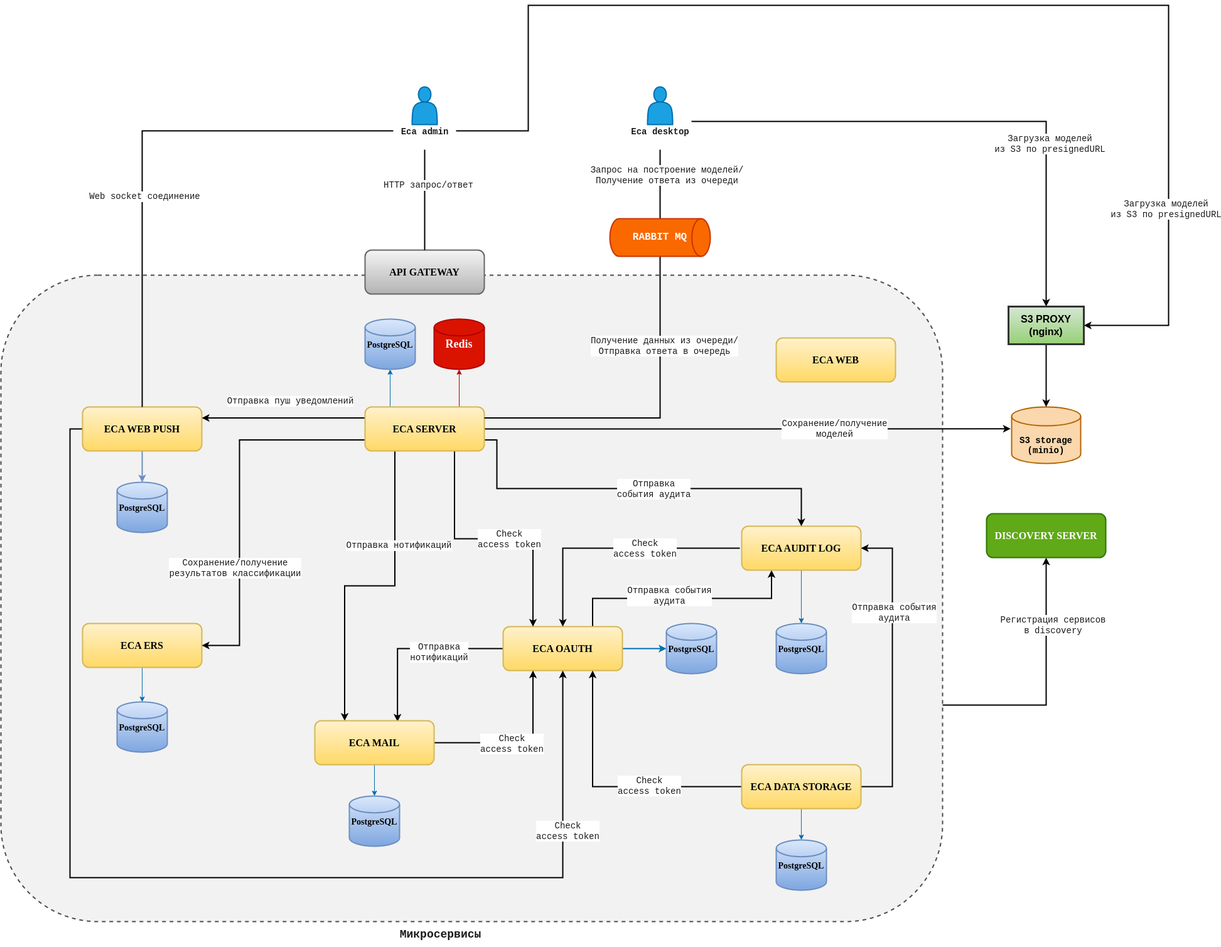
This is doc/images/es-architecture.png from Stonnos/eca-service, a draw.io export, as it was before one commit. Source tidied: cells renumbered, new cells last; positions are measured from the earlier drawing's top-left corner, leaving out a move shared by most shapes.
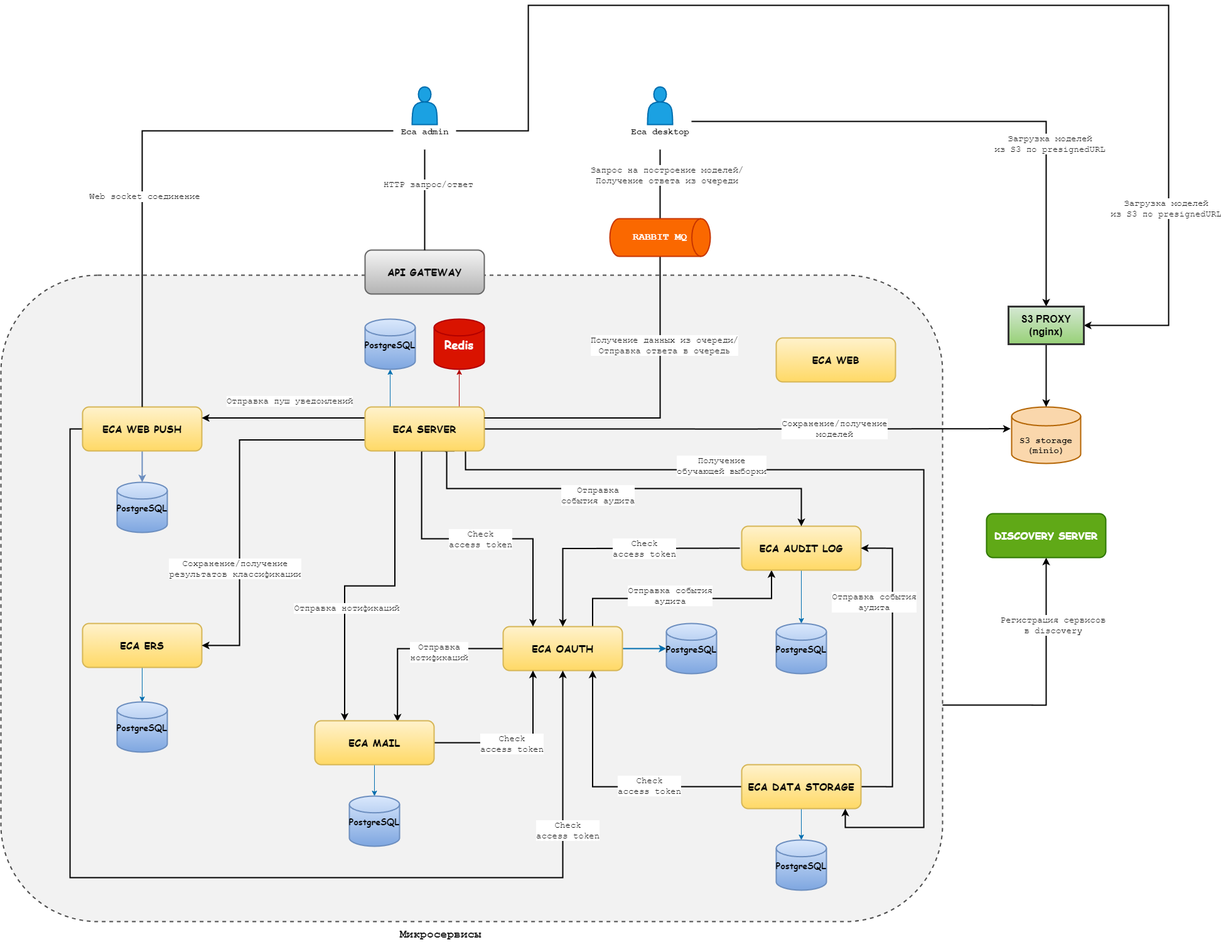
After the change.

Diff of the diagram source:
```diff
@@ -69,7 +69,9 @@
       </mxGeometry>
     </mxCell>
     <mxCell id="21" value="Отправка события&lt;br&gt;аудита" style="edgeLabel;html=1;align=center;verticalAlign=middle;fontSize=14;fontFamily=Courier New;fontColor=#1A1A1A;" parent="20" vertex="1">
-      <mxGeometry x="0.37" y="-2" relative="1" as="geometry" />
+      <mxGeometry x="0.37" y="-2" relative="1" as="geometry">
+        <mxPoint x="-32" y="-17" as="offset" />
+      </mxGeometry>
     </mxCell>
     <mxCell id="22" value="&lt;font face=&quot;Comic Sans MS&quot;&gt;&lt;span style=&quot;font-size: 16px;&quot;&gt;&lt;b&gt;ECA DATA STORAGE&lt;/b&gt;&lt;/span&gt;&lt;/font&gt;" style="rounded=1;whiteSpace=wrap;html=1;strokeColor=#d6b656;strokeWidth=2;fillColor=#fff2cc;gradientColor=#ffd966;" parent="1" vertex="1">
       <mxGeometry x="1180" y="1210" width="190" height="70" as="geometry" />
@@ -137,13 +139,16 @@
       <mxGeometry relative="1" as="geometry" />
     </mxCell>
     <mxCell id="36" value="Отправка нотификаций" style="edgeLabel;html=1;align=center;verticalAlign=middle;fontSize=14;fontFamily=Courier New;fontColor=#1A1A1A;" parent="35" vertex="1">
-      <mxGeometry x="-0.41" y="6" relative="1" as="geometry" />
+      <mxGeometry x="-0.41" y="6" relative="1" as="geometry">
+        <mxPoint x="-83" y="101" as="offset" />
+      </mxGeometry>
     </mxCell>
     <mxCell id="37" style="edgeStyle=orthogonalEdgeStyle;rounded=0;jettySize=auto;html=1;exitX=0.75;exitY=1;exitDx=0;exitDy=0;entryX=0.25;entryY=0;entryDx=0;entryDy=0;fontFamily=Courier New;fontSize=14;fontColor=#1A1A1A;endArrow=classic;endFill=1;strokeWidth=2;" parent="1" edge="1" source="43" target="11">
       <mxGeometry relative="1" as="geometry">
         <Array as="points">
-          <mxPoint x="723" y="850" />
-          <mxPoint x="848" y="850" />
+          <mxPoint x="670" y="710" />
+          <mxPoint x="670" y="850" />
+          <mxPoint x="847" y="850" />
         </Array>
       </mxGeometry>
     </mxCell>
@@ -152,18 +157,19 @@
         <mxPoint x="-1" as="offset" />
       </mxGeometry>
     </mxCell>
-    <mxCell id="39" style="edgeStyle=orthogonalEdgeStyle;rounded=0;jettySize=auto;html=1;exitX=1;exitY=0.75;exitDx=0;exitDy=0;fontFamily=Courier New;fontSize=14;fontColor=#1A1A1A;endArrow=classic;endFill=1;strokeWidth=2;" parent="1" edge="1" source="43" target="16">
+    <mxCell id="39" style="edgeStyle=orthogonalEdgeStyle;rounded=0;jettySize=auto;html=1;exitX=0.675;exitY=1.025;exitDx=0;exitDy=0;fontFamily=Courier New;fontSize=14;fontColor=#1A1A1A;endArrow=classic;endFill=1;strokeWidth=2;exitPerimeter=0;" parent="1" edge="1" source="43" target="16">
       <mxGeometry relative="1" as="geometry">
         <Array as="points">
-          <mxPoint x="790" y="693" />
-          <mxPoint x="790" y="770" />
+          <mxPoint x="708" y="709" />
+          <mxPoint x="710" y="709" />
+          <mxPoint x="710" y="770" />
           <mxPoint x="1275" y="770" />
         </Array>
       </mxGeometry>
     </mxCell>
     <mxCell id="40" value="Отправка&lt;br&gt;события аудита" style="edgeLabel;html=1;align=center;verticalAlign=middle;fontSize=14;fontFamily=Courier New;fontColor=#1A1A1A;" parent="39" vertex="1">
       <mxGeometry x="0.08" relative="1" as="geometry">
-        <mxPoint x="1" as="offset" />
+        <mxPoint x="-67" y="10" as="offset" />
       </mxGeometry>
     </mxCell>
     <mxCell id="41" style="edgeStyle=orthogonalEdgeStyle;rounded=0;jettySize=auto;html=1;exitX=1;exitY=0.5;exitDx=0;exitDy=0;entryX=-0.015;entryY=0.385;entryDx=0;entryDy=0;entryPerimeter=0;fontFamily=Courier New;fontSize=14;fontColor=#1A1A1A;endArrow=classic;endFill=1;strokeWidth=2;" parent="1" edge="1" source="43" target="68">
@@ -174,6 +180,19 @@
         <mxPoint x="-1" as="offset" />
       </mxGeometry>
     </mxCell>
+    <mxCell id="80" style="edgeStyle=orthogonalEdgeStyle;rounded=0;orthogonalLoop=1;jettySize=auto;html=1;targetPerimeterSpacing=1;strokeWidth=2;" parent="1" edge="1">
+      <mxGeometry relative="1" as="geometry">
+        <mxPoint x="740" y="710" as="sourcePoint" />
+        <mxPoint x="1345" y="1280" as="targetPoint" />
+        <Array as="points">
+          <mxPoint x="740" y="710" />
+          <mxPoint x="740" y="740" />
+          <mxPoint x="1470" y="740" />
+          <mxPoint x="1470" y="1310" />
+          <mxPoint x="1345" y="1310" />
+        </Array>
+      </mxGeometry>
+    </mxCell>
     <mxCell id="43" value="&lt;font face=&quot;Comic Sans MS&quot;&gt;&lt;span style=&quot;font-size: 16px;&quot;&gt;&lt;b&gt;ECA SERVER&lt;/b&gt;&lt;/span&gt;&lt;/font&gt;" style="rounded=1;whiteSpace=wrap;html=1;strokeColor=#d6b656;strokeWidth=2;fillColor=#fff2cc;gradientColor=#ffd966;" parent="1" vertex="1">
       <mxGeometry x="580" y="640" width="190" height="70" as="geometry" />
     </mxCell>
@@ -302,5 +321,10 @@
     <mxCell id="79" value="&lt;b&gt;&lt;font style=&quot;font-size: 14px;&quot;&gt;PostgreSQL&lt;/font&gt;&lt;/b&gt;" style="strokeWidth=2;html=1;shape=mxgraph.flowchart.database;whiteSpace=wrap;fontFamily=Comic Sans MS;fontSize=16;fillColor=#dae8fc;gradientColor=#7ea6e0;strokeColor=#6c8ebf;" parent="1" vertex="1">
       <mxGeometry x="185" y="760" width="80" height="80" as="geometry" />
     </mxCell>
+    <mxCell id="81" value="Получение&lt;br&gt;обучающей выборки" style="edgeLabel;html=1;align=center;verticalAlign=middle;fontSize=14;fontFamily=Courier New;fontColor=#1A1A1A;" parent="1" vertex="1">
+      <mxGeometry x="1160" y="740" as="geometry">
+        <mxPoint x="-13" y="-7" as="offset" />
+      </mxGeometry>
+    </mxCell>
   </root>
 </mxGraphModel>
```
